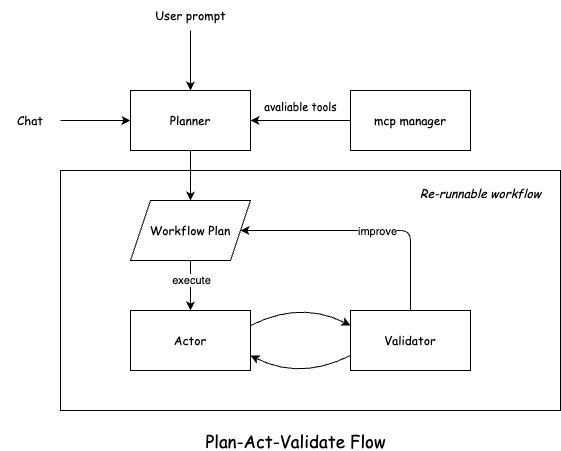
Earlier version of the draw.io export source/img/2025-03-17-planner-actor-validator-flow/architecture.png (Wh1isper/wh1isper.github.io). Source tidied: cells renumbered, new cells last; positions are measured from the earlier drawing's top-left corner, leaving out a move shared by most shapes.
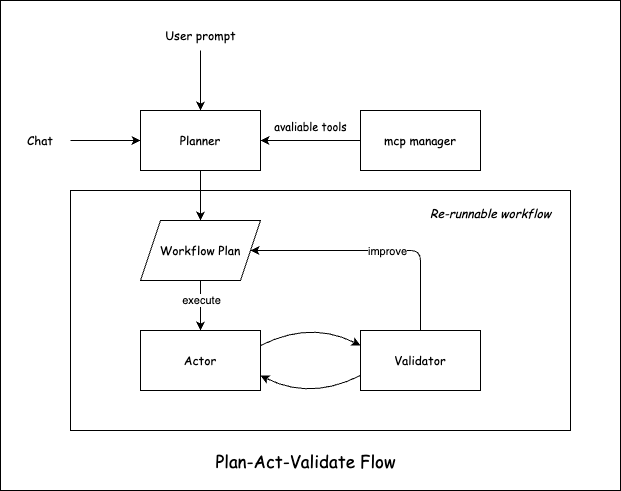
Above is the later version.

Change to the diagram source:
```diff
@@ -2,6 +2,9 @@
   <root>
     <mxCell id="0" />
     <mxCell id="1" parent="0" />
+    <mxCell id="23" style="rounded=0;whiteSpace=wrap;html=1;fontFamily=Comic Sans MS;" parent="1" vertex="1">
+      <mxGeometry x="-10" y="-20" width="620" height="490" as="geometry" />
+    </mxCell>
     <mxCell id="2" style="rounded=0;whiteSpace=wrap;html=1;fontFamily=Comic Sans MS;" parent="1" vertex="1">
       <mxGeometry x="60" y="170" width="500" height="240" as="geometry" />
     </mxCell>
```
